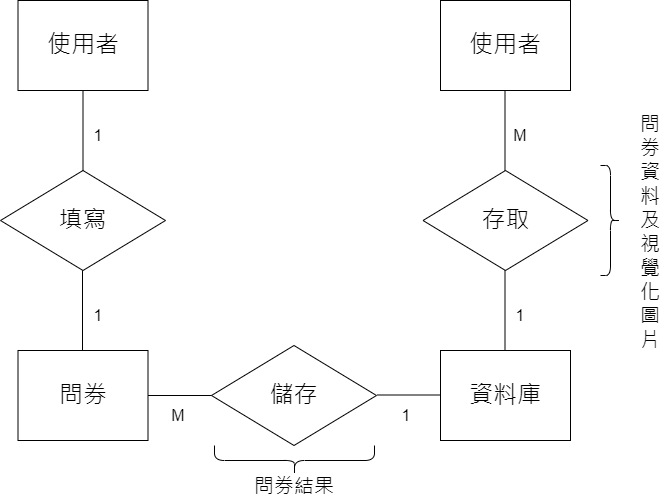
c110118141/Team-10 keeps this draw.io diagram as img/實體關係圖.png. Above is the earlier version. Source tidied: cells renumbered, new cells last; positions are measured from the earlier drawing's top-left corner, leaving out a move shared by most shapes.
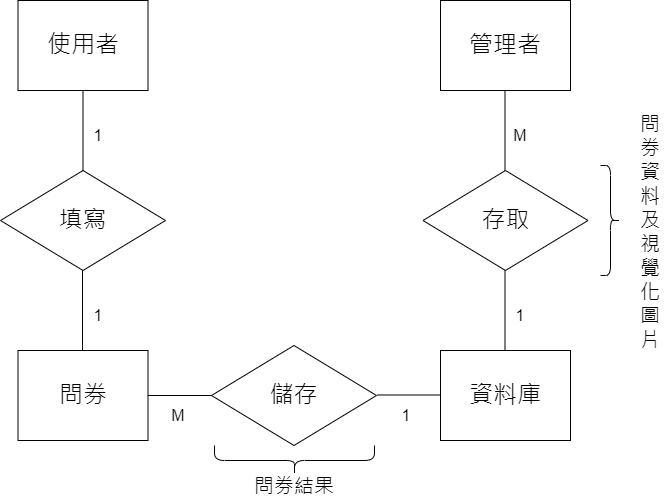
Later version of the same file.

Commit message:
update 實體關係圖

Diff of the diagram source:
```diff
@@ -62,7 +62,7 @@
         <mxPoint x="504.5" y="90" as="targetPoint" />
       </mxGeometry>
     </mxCell>
-    <mxCell id="18" value="&lt;font style=&quot;font-size: 24px;&quot;&gt;使用者&lt;/font&gt;" style="rounded=0;whiteSpace=wrap;html=1;" parent="1" vertex="1">
+    <mxCell id="18" value="&lt;span style=&quot;font-size: 24px;&quot;&gt;管理者&lt;br&gt;&lt;/span&gt;" style="rounded=0;whiteSpace=wrap;html=1;" parent="1" vertex="1">
       <mxGeometry x="440" width="130" height="90" as="geometry" />
     </mxCell>
     <mxCell id="19" value="&lt;span style=&quot;font-size: 16px;&quot;&gt;M&lt;/span&gt;" style="text;html=1;strokeColor=none;fillColor=none;align=center;verticalAlign=middle;whiteSpace=wrap;rounded=0;" parent="1" vertex="1">
```
